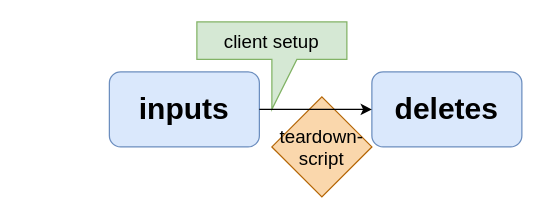
sebt3/kuberest keeps this draw.io diagram as docs/teardown_flow.drawio. Above is the earlier version. Source tidied: cells renumbered, new cells numbered last; positions are measured from the earlier drawing's top-left corner, leaving out a move shared by most shapes. Both pictures are drawn from the tidied source at 125%, with x=0, y=0 at pixel (109, 21).
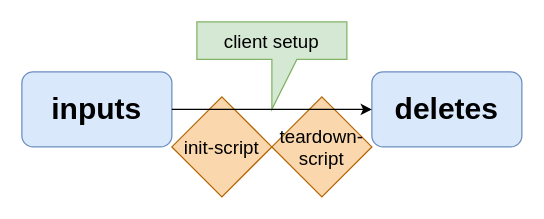
The same diagram, later.

Commit message (it also covers changes not shown here):
Updated the doc diagram sources

What changed in the source:
```diff
@@
 <mxGraphModel>
   <root>
     <mxCell id="0" />
     <mxCell id="1" parent="0" />
+    <mxCell id="7" value="init-script" style="rhombus;whiteSpace=wrap;html=1;fontSize=15;fillColor=#fad7ac;strokeColor=#b46504;" parent="1" vertex="1">
+      <mxGeometry x="50" y="60" width="80" height="80" as="geometry" />
+    </mxCell>
     <mxCell id="2" value="client setup" style="shape=callout;whiteSpace=wrap;html=1;perimeter=calloutPerimeter;fontSize=15;position2=0.5;fillColor=#d5e8d4;strokeColor=#82b366;size=40;position=0.5;" parent="1" vertex="1">
       <mxGeometry x="70" width="120" height="70" as="geometry" />
     </mxCell>
     <mxCell id="3" value="teardown-script" style="rhombus;whiteSpace=wrap;html=1;fontSize=15;fillColor=#fad7ac;strokeColor=#b46504;" parent="1" vertex="1">
       <mxGeometry x="130" y="60" width="80" height="80" as="geometry" />
     </mxCell>
     <mxCell id="4" value="inputs" style="rounded=1;whiteSpace=wrap;html=1;fillColor=#dae8fc;strokeColor=#6c8ebf;fontStyle=1;fontSize=24;" parent="1" vertex="1">
-      <mxGeometry y="40" width="120" height="60" as="geometry" />
+      <mxGeometry x="-70" y="40" width="120" height="60" as="geometry" />
     </mxCell>
     <mxCell id="5" value="deletes" style="rounded=1;whiteSpace=wrap;html=1;fillColor=#dae8fc;strokeColor=#6c8ebf;fontStyle=1;fontSize=24;" parent="1" vertex="1">
       <mxGeometry x="210" y="40" width="120" height="60" as="geometry" />
     </mxCell>
-    <mxCell id="6" style="endArrow=classic;html=1;rounded=0;fontSize=20;entryX=0;entryY=0.5;entryDx=0;entryDy=0;" parent="1" edge="1" target="5">
-      <mxGeometry relative="1" as="geometry">
-        <mxPoint x="120" y="70" as="sourcePoint" />
-      </mxGeometry>
+    <mxCell id="6" style="endArrow=classic;html=1;rounded=0;fontSize=20;entryX=0;entryY=0.5;entryDx=0;entryDy=0;exitX=1;exitY=0.5;exitDx=0;exitDy=0;" parent="1" edge="1" source="4" target="5">
+      <mxGeometry relative="1" as="geometry" />
     </mxCell>
   </root>
 </mxGraphModel>
```
